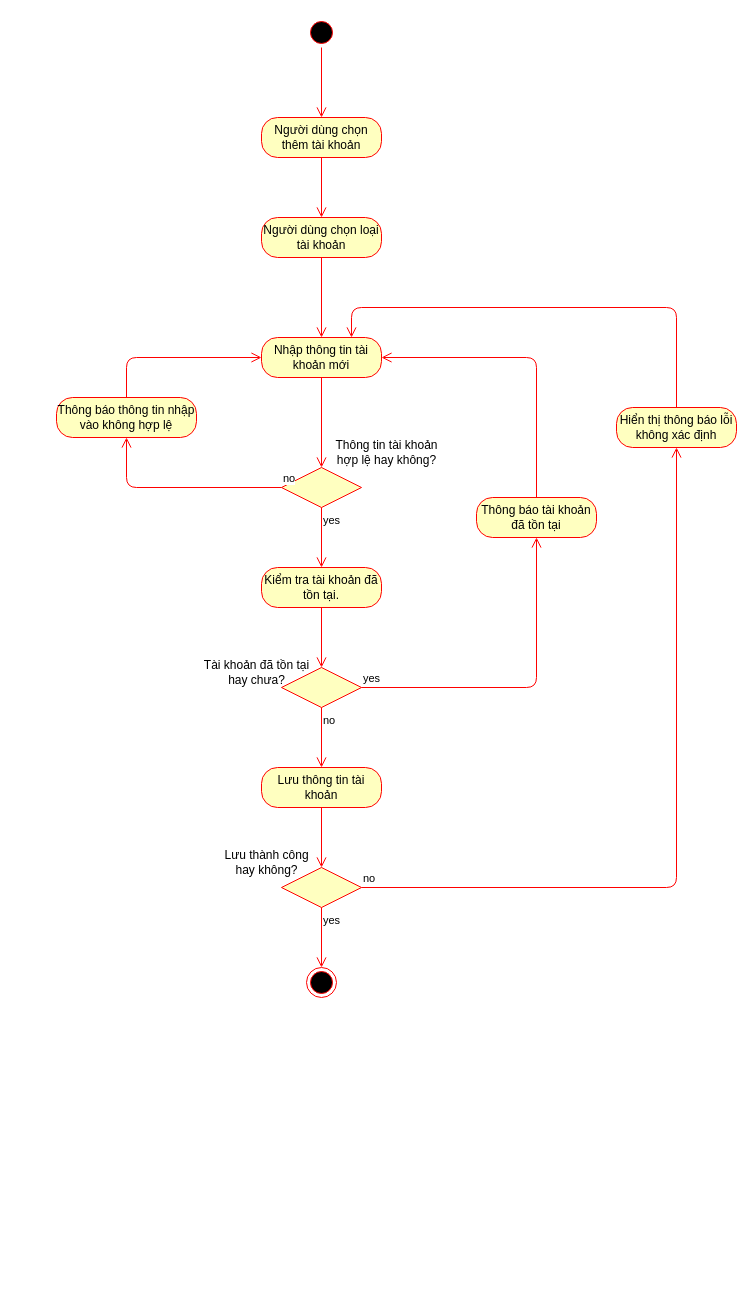
Before: object-oriented-analysis-design/CreateAccount.drawio in TikTzuki/SGU-Project, a draw.io diagram. Source tidied: cells renumbered, new cells numbered last; positions are measured from the earlier drawing's top-left corner, leaving out a move shared by most shapes. Both pictures are drawn from the tidied source at 100%, with x=0, y=0 at pixel (56, 17).
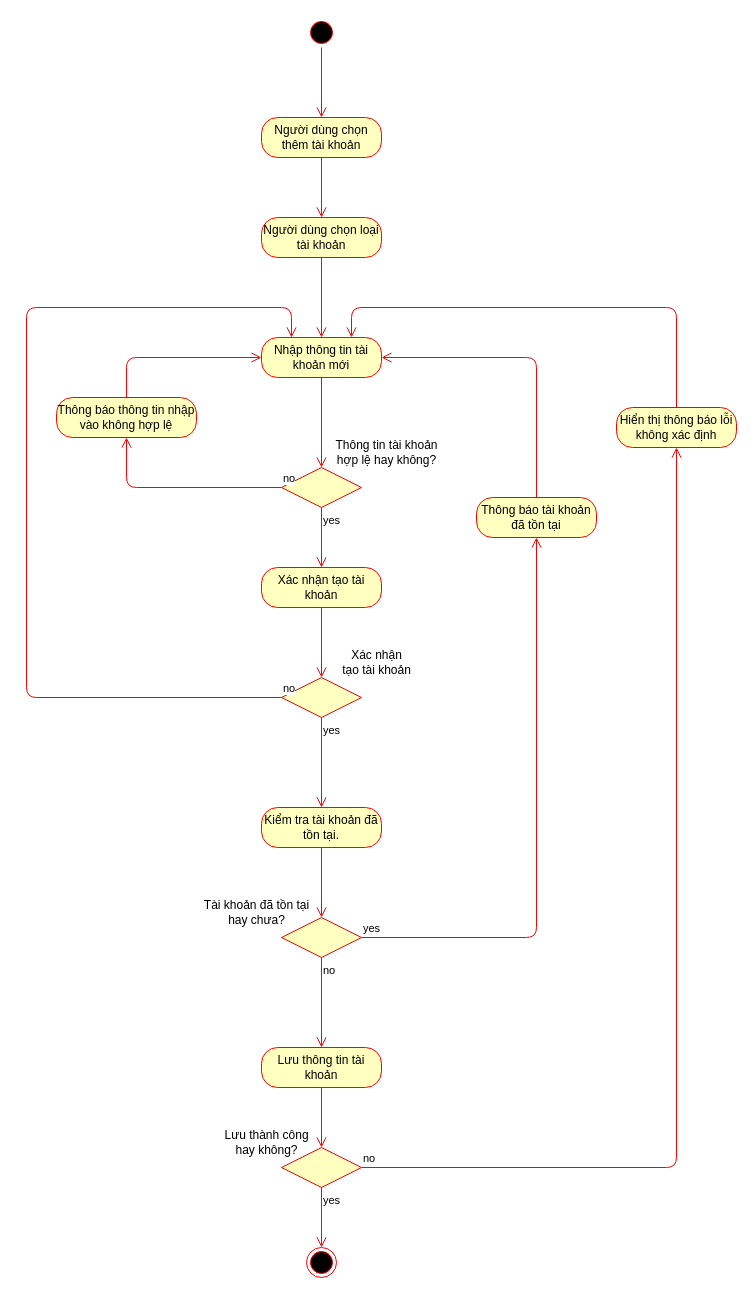
Above is the later version.

Unchanged cells that the change refers to:
```xml
<mxCell id="6" value="Nhập thông tin tài khoản mới" style="rounded=1;whiteSpace=wrap;html=1;arcSize=40;fontColor=#000000;fillColor=#ffffc0;strokeColor=#ff0000;" parent="1" vertex="1">
  <mxGeometry x="205" y="320" width="120" height="40" as="geometry" />
</mxCell>
<mxCell id="8" style="rhombus;whiteSpace=wrap;html=1;fillColor=#ffffc0;strokeColor=#ff0000;" parent="1" vertex="1">
  <mxGeometry x="225" y="450" width="80" height="40" as="geometry" />
</mxCell>
```

Change to the diagram source:
```diff
@@
-    <mxCell id="10" value="yes" style="edgeStyle=orthogonalEdgeStyle;html=1;align=left;verticalAlign=top;endArrow=open;endSize=8;strokeColor=#ff0000;entryX=0.5;entryY=0;entryDx=0;entryDy=0;" parent="1" edge="1" source="8" target="16">
+    <mxCell id="10" value="yes" style="edgeStyle=orthogonalEdgeStyle;html=1;align=left;verticalAlign=top;endArrow=open;endSize=8;strokeColor=#ff0000;" parent="1" edge="1" source="8" target="33">
       <mxGeometry x="-1" relative="1" as="geometry" />
     </mxCell>
@@
     <mxCell id="16" value="Kiểm tra tài khoản đã tồn tại." style="rounded=1;whiteSpace=wrap;html=1;arcSize=40;fontColor=#000000;fillColor=#ffffc0;strokeColor=#ff0000;" parent="1" vertex="1">
-      <mxGeometry x="205" y="550" width="120" height="40" as="geometry" />
+      <mxGeometry x="205" y="790" width="120" height="40" as="geometry" />
     </mxCell>
@@
     <mxCell id="18" style="rhombus;whiteSpace=wrap;html=1;fillColor=#ffffc0;strokeColor=#ff0000;" parent="1" vertex="1">
-      <mxGeometry x="225" y="650" width="80" height="40" as="geometry" />
+      <mxGeometry x="225" y="900" width="80" height="40" as="geometry" />
     </mxCell>
@@
     <mxCell id="21" value="Tài khoản đã tồn tại&lt;br&gt;hay chưa?" style="text;html=1;align=center;verticalAlign=middle;" parent="1" vertex="1">
-      <mxGeometry x="140" y="640" width="120" height="30" as="geometry" />
+      <mxGeometry x="140" y="880" width="120" height="30" as="geometry" />
     </mxCell>
@@
     <mxCell id="24" value="Lưu thông tin tài khoản" style="rounded=1;whiteSpace=wrap;html=1;arcSize=40;fontColor=#000000;fillColor=#ffffc0;strokeColor=#ff0000;" parent="1" vertex="1">
-      <mxGeometry x="205" y="750" width="120" height="40" as="geometry" />
+      <mxGeometry x="205" y="1030" width="120" height="40" as="geometry" />
     </mxCell>
@@
     <mxCell id="26" style="rhombus;whiteSpace=wrap;html=1;fillColor=#ffffc0;strokeColor=#ff0000;" parent="1" vertex="1">
-      <mxGeometry x="225" y="850" width="80" height="40" as="geometry" />
+      <mxGeometry x="225" y="1130" width="80" height="40" as="geometry" />
     </mxCell>
@@
     <mxCell id="29" value="Lưu thành công&lt;br&gt;hay không?" style="text;html=1;align=center;verticalAlign=middle;" parent="1" vertex="1">
-      <mxGeometry x="160" y="830" width="100" height="30" as="geometry" />
+      <mxGeometry x="160" y="1110" width="100" height="30" as="geometry" />
     </mxCell>
@@
     <mxCell id="32" style="ellipse;html=1;shape=endState;fillColor=#000000;strokeColor=#ff0000;" parent="1" vertex="1">
-      <mxGeometry x="250" y="950" width="30" height="30" as="geometry" />
+      <mxGeometry x="250" y="1230" width="30" height="30" as="geometry" />
     </mxCell>
+    <mxCell id="33" value="Xác nhận tạo tài khoản" style="rounded=1;whiteSpace=wrap;html=1;arcSize=40;fontColor=#000000;fillColor=#ffffc0;strokeColor=#ff0000;" parent="1" vertex="1">
+      <mxGeometry x="205" y="550" width="120" height="40" as="geometry" />
+    </mxCell>
+    <mxCell id="34" style="edgeStyle=orthogonalEdgeStyle;html=1;verticalAlign=bottom;endArrow=open;endSize=8;strokeColor=#ff0000;entryX=0.5;entryY=0;entryDx=0;entryDy=0;" parent="1" edge="1" source="33" target="35">
+      <mxGeometry relative="1" as="geometry" />
+    </mxCell>
+    <mxCell id="35" style="rhombus;whiteSpace=wrap;html=1;fillColor=#ffffc0;strokeColor=#ff0000;" parent="1" vertex="1">
+      <mxGeometry x="225" y="660" width="80" height="40" as="geometry" />
+    </mxCell>
+    <mxCell id="36" value="no" style="edgeStyle=orthogonalEdgeStyle;html=1;align=left;verticalAlign=bottom;endArrow=open;endSize=8;strokeColor=#ff0000;entryX=0.25;entryY=0;entryDx=0;entryDy=0;" parent="1" edge="1" source="35" target="6">
+      <mxGeometry x="-1" relative="1" as="geometry">
+        <Array as="points">
+          <mxPoint x="-30" y="680" />
+          <mxPoint x="-30" y="290" />
+          <mxPoint x="235" y="290" />
+        </Array>
+      </mxGeometry>
+    </mxCell>
+    <mxCell id="37" value="yes" style="edgeStyle=orthogonalEdgeStyle;html=1;align=left;verticalAlign=top;endArrow=open;endSize=8;strokeColor=#ff0000;entryX=0.5;entryY=0;entryDx=0;entryDy=0;" parent="1" edge="1" source="35" target="16">
+      <mxGeometry x="-1" relative="1" as="geometry" />
+    </mxCell>
+    <mxCell id="38" value="Xác nhận&lt;br&gt;tạo tài khoản" style="text;html=1;align=center;verticalAlign=middle;" parent="1" vertex="1">
+      <mxGeometry x="280" y="630" width="80" height="30" as="geometry" />
+    </mxCell>
```
